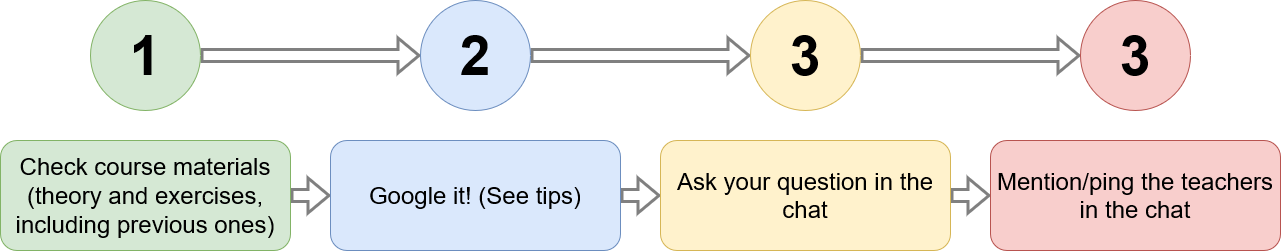
Earlier version of the draw.io export Assets/GIS_troubleshooting_process.drawio.png (haseeb-cb/fundamentals-of-gis). Source tidied: cells renumbered, new cells last; positions are measured from the earlier drawing's top-left corner, leaving out a move shared by most shapes. Its diagram source:
```xml
<mxGraphModel>
  <root>
    <mxCell id="0" />
    <mxCell id="1" parent="0" />
    <mxCell id="2" style="edgeStyle=orthogonalEdgeStyle;rounded=0;jettySize=auto;html=1;exitX=1;exitY=0.5;exitDx=0;exitDy=0;entryX=0;entryY=0.5;entryDx=0;entryDy=0;shape=flexArrow;strokeWidth=3;strokeColor=#808080;" parent="1" edge="1" source="3" target="9">
      <mxGeometry relative="1" as="geometry" />
    </mxCell>
    <mxCell id="3" value="&lt;font style=&quot;font-size: 24px;&quot;&gt;Check course materials (theory and exercises, including previous ones)&lt;br&gt;&lt;/font&gt;" style="rounded=1;whiteSpace=wrap;html=1;fillColor=#d5e8d4;strokeColor=#82b366;" parent="1" vertex="1">
      <mxGeometry y="140" width="290" height="110" as="geometry" />
    </mxCell>
    <mxCell id="4" style="edgeStyle=orthogonalEdgeStyle;rounded=0;jettySize=auto;html=1;exitX=1;exitY=0.5;exitDx=0;exitDy=0;entryX=0;entryY=0.5;entryDx=0;entryDy=0;strokeWidth=3;shape=flexArrow;strokeColor=#808080;" parent="1" edge="1" source="5" target="7">
      <mxGeometry relative="1" as="geometry" />
    </mxCell>
    <mxCell id="5" value="&lt;b&gt;&lt;font style=&quot;font-size: 55px;&quot;&gt;&lt;font style=&quot;font-size: 55px;&quot;&gt;1&lt;/font&gt;&lt;/font&gt;&lt;/b&gt;" style="ellipse;whiteSpace=wrap;html=1;fillColor=#d5e8d4;strokeColor=#82b366;" parent="1" vertex="1">
      <mxGeometry x="90" width="110" height="110" as="geometry" />
    </mxCell>
    <mxCell id="6" style="edgeStyle=orthogonalEdgeStyle;rounded=0;jettySize=auto;html=1;exitX=1;exitY=0.5;exitDx=0;exitDy=0;entryX=0;entryY=0.5;entryDx=0;entryDy=0;strokeWidth=3;shape=flexArrow;strokeColor=#808080;" parent="1" edge="1" source="7" target="11">
      <mxGeometry relative="1" as="geometry" />
    </mxCell>
    <mxCell id="7" value="&lt;font style=&quot;font-size: 55px;&quot;&gt;&lt;b&gt;&lt;font style=&quot;font-size: 55px;&quot;&gt;2&lt;/font&gt;&lt;/b&gt;&lt;/font&gt;" style="ellipse;whiteSpace=wrap;html=1;fillColor=#dae8fc;strokeColor=#6c8ebf;" parent="1" vertex="1">
      <mxGeometry x="420" width="110" height="110" as="geometry" />
    </mxCell>
    <mxCell id="8" style="edgeStyle=orthogonalEdgeStyle;rounded=0;jettySize=auto;html=1;exitX=1;exitY=0.5;exitDx=0;exitDy=0;entryX=0;entryY=0.5;entryDx=0;entryDy=0;shape=flexArrow;strokeColor=#808080;strokeWidth=3;" parent="1" edge="1" source="9" target="13">
      <mxGeometry relative="1" as="geometry" />
    </mxCell>
    <mxCell id="9" value="&lt;font style=&quot;font-size: 24px;&quot;&gt;Google it! (See tips)&lt;br&gt;&lt;/font&gt;" style="rounded=1;whiteSpace=wrap;html=1;fillColor=#dae8fc;strokeColor=#6c8ebf;" parent="1" vertex="1">
      <mxGeometry x="330" y="140" width="290" height="110" as="geometry" />
    </mxCell>
    <mxCell id="10" style="edgeStyle=orthogonalEdgeStyle;rounded=0;jettySize=auto;html=1;exitX=1;exitY=0.5;exitDx=0;exitDy=0;entryX=0;entryY=0.5;entryDx=0;entryDy=0;strokeWidth=3;shape=flexArrow;strokeColor=#808080;" parent="1" edge="1" source="11" target="14">
      <mxGeometry relative="1" as="geometry" />
    </mxCell>
    <mxCell id="11" value="&lt;font style=&quot;font-size: 55px;&quot;&gt;&lt;b&gt;&lt;font style=&quot;font-size: 55px;&quot;&gt;3&lt;/font&gt;&lt;/b&gt;&lt;/font&gt;" style="ellipse;whiteSpace=wrap;html=1;fillColor=#fff2cc;strokeColor=#d6b656;" parent="1" vertex="1">
      <mxGeometry x="750" width="110" height="110" as="geometry" />
    </mxCell>
    <mxCell id="12" style="edgeStyle=orthogonalEdgeStyle;rounded=0;jettySize=auto;html=1;exitX=1;exitY=0.5;exitDx=0;exitDy=0;entryX=0;entryY=0.5;entryDx=0;entryDy=0;shape=flexArrow;strokeWidth=3;strokeColor=#808080;" parent="1" edge="1" source="13" target="15">
      <mxGeometry relative="1" as="geometry" />
    </mxCell>
    <mxCell id="13" value="&lt;font style=&quot;font-size: 24px;&quot;&gt;Ask your question in the chat&lt;br&gt;&lt;/font&gt;" style="rounded=1;whiteSpace=wrap;html=1;fillColor=#fff2cc;strokeColor=#d6b656;" parent="1" vertex="1">
      <mxGeometry x="660" y="140" width="290" height="110" as="geometry" />
    </mxCell>
    <mxCell id="14" value="&lt;font style=&quot;font-size: 55px;&quot;&gt;&lt;b&gt;&lt;font style=&quot;font-size: 55px;&quot;&gt;3&lt;/font&gt;&lt;/b&gt;&lt;/font&gt;" style="ellipse;whiteSpace=wrap;html=1;fillColor=#f8cecc;strokeColor=#b85450;" parent="1" vertex="1">
      <mxGeometry x="1080" width="110" height="110" as="geometry" />
    </mxCell>
    <mxCell id="15" value="&lt;font style=&quot;font-size: 24px;&quot;&gt;Mention/ping the teachers in the chat&lt;br&gt;&lt;/font&gt;" style="rounded=1;whiteSpace=wrap;html=1;fillColor=#f8cecc;strokeColor=#b85450;" parent="1" vertex="1">
      <mxGeometry x="990" y="140" width="290" height="110" as="geometry" />
    </mxCell>
  </root>
</mxGraphModel>
```
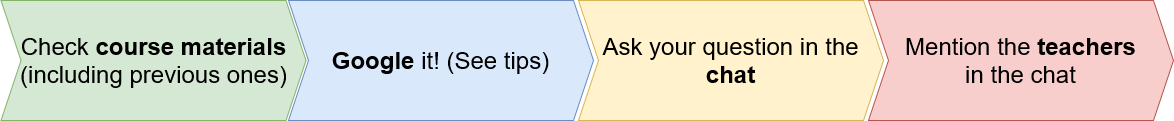
Later version of the same file.

Change to the diagram source:
```diff
@@ -2,47 +2,17 @@
   <root>
     <mxCell id="0" />
     <mxCell id="1" parent="0" />
-    <mxCell id="2" style="edgeStyle=orthogonalEdgeStyle;rounded=0;jettySize=auto;html=1;exitX=1;exitY=0.5;exitDx=0;exitDy=0;entryX=0;entryY=0.5;entryDx=0;entryDy=0;shape=flexArrow;strokeWidth=3;strokeColor=#808080;" parent="1" edge="1" source="3" target="9">
-      <mxGeometry relative="1" as="geometry" />
-    </mxCell>
-    <mxCell id="3" value="&lt;font style=&quot;font-size: 24px;&quot;&gt;Check course materials (theory and exercises, including previous ones)&lt;br&gt;&lt;/font&gt;" style="rounded=1;whiteSpace=wrap;html=1;fillColor=#d5e8d4;strokeColor=#82b366;" parent="1" vertex="1">
-      <mxGeometry y="140" width="290" height="110" as="geometry" />
-    </mxCell>
-    <mxCell id="4" style="edgeStyle=orthogonalEdgeStyle;rounded=0;jettySize=auto;html=1;exitX=1;exitY=0.5;exitDx=0;exitDy=0;entryX=0;entryY=0.5;entryDx=0;entryDy=0;strokeWidth=3;shape=flexArrow;strokeColor=#808080;" parent="1" edge="1" source="5" target="7">
-      <mxGeometry relative="1" as="geometry" />
-    </mxCell>
-    <mxCell id="5" value="&lt;b&gt;&lt;font style=&quot;font-size: 55px;&quot;&gt;&lt;font style=&quot;font-size: 55px;&quot;&gt;1&lt;/font&gt;&lt;/font&gt;&lt;/b&gt;" style="ellipse;whiteSpace=wrap;html=1;fillColor=#d5e8d4;strokeColor=#82b366;" parent="1" vertex="1">
-      <mxGeometry x="90" width="110" height="110" as="geometry" />
-    </mxCell>
-    <mxCell id="6" style="edgeStyle=orthogonalEdgeStyle;rounded=0;jettySize=auto;html=1;exitX=1;exitY=0.5;exitDx=0;exitDy=0;entryX=0;entryY=0.5;entryDx=0;entryDy=0;strokeWidth=3;shape=flexArrow;strokeColor=#808080;" parent="1" edge="1" source="7" target="11">
-      <mxGeometry relative="1" as="geometry" />
-    </mxCell>
-    <mxCell id="7" value="&lt;font style=&quot;font-size: 55px;&quot;&gt;&lt;b&gt;&lt;font style=&quot;font-size: 55px;&quot;&gt;2&lt;/font&gt;&lt;/b&gt;&lt;/font&gt;" style="ellipse;whiteSpace=wrap;html=1;fillColor=#dae8fc;strokeColor=#6c8ebf;" parent="1" vertex="1">
-      <mxGeometry x="420" width="110" height="110" as="geometry" />
-    </mxCell>
-    <mxCell id="8" style="edgeStyle=orthogonalEdgeStyle;rounded=0;jettySize=auto;html=1;exitX=1;exitY=0.5;exitDx=0;exitDy=0;entryX=0;entryY=0.5;entryDx=0;entryDy=0;shape=flexArrow;strokeColor=#808080;strokeWidth=3;" parent="1" edge="1" source="9" target="13">
-      <mxGeometry relative="1" as="geometry" />
-    </mxCell>
+    <mxCell id="16" value="&lt;font style=&quot;font-size: 24px;&quot;&gt;Check &lt;b&gt;course materials&lt;/b&gt; (including previous ones)&lt;br&gt;&lt;/font&gt;" style="shape=step;perimeter=stepPerimeter;whiteSpace=wrap;html=1;fixedSize=1;fillColor=#d5e8d4;strokeColor=#82b366;" parent="1" vertex="1">
+      <mxGeometry x="-7.5" y="300" width="305" height="120" as="geometry" />
+    </mxCell>
-    <mxCell id="9" value="&lt;font style=&quot;font-size: 24px;&quot;&gt;Google it! (See tips)&lt;br&gt;&lt;/font&gt;" style="rounded=1;whiteSpace=wrap;html=1;fillColor=#dae8fc;strokeColor=#6c8ebf;" parent="1" vertex="1">
-      <mxGeometry x="330" y="140" width="290" height="110" as="geometry" />
+    <mxCell id="9" value="&lt;font style=&quot;font-size: 24px;&quot;&gt;&lt;b&gt;Google &lt;/b&gt;it! (See tips)&lt;br&gt;&lt;/font&gt;" style="shape=step;perimeter=stepPerimeter;whiteSpace=wrap;html=1;fixedSize=1;fillColor=#dae8fc;strokeColor=#6c8ebf;" parent="1" vertex="1">
+      <mxGeometry x="280" y="300" width="305" height="120" as="geometry" />
     </mxCell>
-    <mxCell id="10" style="edgeStyle=orthogonalEdgeStyle;rounded=0;jettySize=auto;html=1;exitX=1;exitY=0.5;exitDx=0;exitDy=0;entryX=0;entryY=0.5;entryDx=0;entryDy=0;strokeWidth=3;shape=flexArrow;strokeColor=#808080;" parent="1" edge="1" source="11" target="14">
-      <mxGeometry relative="1" as="geometry" />
-    </mxCell>
-    <mxCell id="11" value="&lt;font style=&quot;font-size: 55px;&quot;&gt;&lt;b&gt;&lt;font style=&quot;font-size: 55px;&quot;&gt;3&lt;/font&gt;&lt;/b&gt;&lt;/font&gt;" style="ellipse;whiteSpace=wrap;html=1;fillColor=#fff2cc;strokeColor=#d6b656;" parent="1" vertex="1">
-      <mxGeometry x="750" width="110" height="110" as="geometry" />
-    </mxCell>
-    <mxCell id="12" style="edgeStyle=orthogonalEdgeStyle;rounded=0;jettySize=auto;html=1;exitX=1;exitY=0.5;exitDx=0;exitDy=0;entryX=0;entryY=0.5;entryDx=0;entryDy=0;shape=flexArrow;strokeWidth=3;strokeColor=#808080;" parent="1" edge="1" source="13" target="15">
-      <mxGeometry relative="1" as="geometry" />
-    </mxCell>
-    <mxCell id="13" value="&lt;font style=&quot;font-size: 24px;&quot;&gt;Ask your question in the chat&lt;br&gt;&lt;/font&gt;" style="rounded=1;whiteSpace=wrap;html=1;fillColor=#fff2cc;strokeColor=#d6b656;" parent="1" vertex="1">
-      <mxGeometry x="660" y="140" width="290" height="110" as="geometry" />
+    <mxCell id="13" value="&lt;font style=&quot;font-size: 24px;&quot;&gt;Ask your question in the &lt;b&gt;chat&lt;/b&gt;&lt;br&gt;&lt;/font&gt;" style="shape=step;perimeter=stepPerimeter;whiteSpace=wrap;html=1;fixedSize=1;fillColor=#fff2cc;strokeColor=#d6b656;" parent="1" vertex="1">
+      <mxGeometry x="570" y="300" width="305" height="120" as="geometry" />
     </mxCell>
-    <mxCell id="14" value="&lt;font style=&quot;font-size: 55px;&quot;&gt;&lt;b&gt;&lt;font style=&quot;font-size: 55px;&quot;&gt;3&lt;/font&gt;&lt;/b&gt;&lt;/font&gt;" style="ellipse;whiteSpace=wrap;html=1;fillColor=#f8cecc;strokeColor=#b85450;" parent="1" vertex="1">
-      <mxGeometry x="1080" width="110" height="110" as="geometry" />
-    </mxCell>
-    <mxCell id="15" value="&lt;font style=&quot;font-size: 24px;&quot;&gt;Mention/ping the teachers in the chat&lt;br&gt;&lt;/font&gt;" style="rounded=1;whiteSpace=wrap;html=1;fillColor=#f8cecc;strokeColor=#b85450;" parent="1" vertex="1">
-      <mxGeometry x="990" y="140" width="290" height="110" as="geometry" />
-    </mxCell>
+    <mxCell id="17" value="&lt;font style=&quot;font-size: 24px;&quot;&gt;Mention the &lt;b&gt;teachers &lt;/b&gt;&lt;br&gt;in the chat&lt;br&gt;&lt;/font&gt;" style="shape=step;perimeter=stepPerimeter;whiteSpace=wrap;html=1;fixedSize=1;fillColor=#f8cecc;strokeColor=#b85450;" parent="1" vertex="1">
+      <mxGeometry x="860" y="300" width="305" height="120" as="geometry" />
+    </mxCell>
   </root>
 </mxGraphModel>
```
